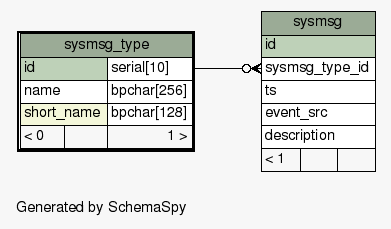
Above: db_schema/diagrams/sysmsg_type.1degree.png in okharch/avox (Graphviz), before the change. Its source is kept beside it as db_schema/diagrams/sysmsg_type.1degree.dot.
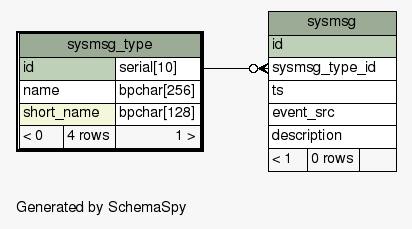
The same diagram one commit later.

What changed in the source:
```diff
@@ -27,7 +27,7 @@
       <TR><TD PORT="ts" COLSPAN="3" ALIGN="LEFT">ts</TD></TR>
       <TR><TD PORT="event_src" COLSPAN="3" ALIGN="LEFT">event_src</TD></TR>
       <TR><TD PORT="description" COLSPAN="3" ALIGN="LEFT">description</TD></TR>
-      <TR><TD ALIGN="LEFT" BGCOLOR="#f7f7f7">&lt; 1</TD><TD ALIGN="RIGHT" BGCOLOR="#f7f7f7">  </TD><TD ALIGN="RIGHT" BGCOLOR="#f7f7f7">  </TD></TR>
+      <TR><TD ALIGN="LEFT" BGCOLOR="#f7f7f7">&lt; 1</TD><TD ALIGN="RIGHT" BGCOLOR="#f7f7f7">0 rows</TD><TD ALIGN="RIGHT" BGCOLOR="#f7f7f7">  </TD></TR>
     </TABLE>>
     URL="sysmsg.html"
     tooltip="sysmsg"
@@ -39,7 +39,7 @@
       <TR><TD PORT="id" COLSPAN="2" BGCOLOR="#bed1b8" ALIGN="LEFT">id</TD><TD PORT="id.type" ALIGN="LEFT">serial[10]</TD></TR>
       <TR><TD PORT="name" COLSPAN="2" ALIGN="LEFT">name</TD><TD PORT="name.type" ALIGN="LEFT">bpchar[256]</TD></TR>
       <TR><TD PORT="short_name" COLSPAN="2" BGCOLOR="#f4f7da" ALIGN="LEFT">short_name</TD><TD PORT="short_name.type" ALIGN="LEFT">bpchar[128]</TD></TR>
-      <TR><TD ALIGN="LEFT" BGCOLOR="#f7f7f7">&lt; 0</TD><TD ALIGN="RIGHT" BGCOLOR="#f7f7f7">  </TD><TD ALIGN="RIGHT" BGCOLOR="#f7f7f7">1 &gt;</TD></TR>
+      <TR><TD ALIGN="LEFT" BGCOLOR="#f7f7f7">&lt; 0</TD><TD ALIGN="RIGHT" BGCOLOR="#f7f7f7">4 rows</TD><TD ALIGN="RIGHT" BGCOLOR="#f7f7f7">1 &gt;</TD></TR>
     </TABLE>>
     URL="sysmsg_type.html"
     tooltip="sysmsg_type"
```
